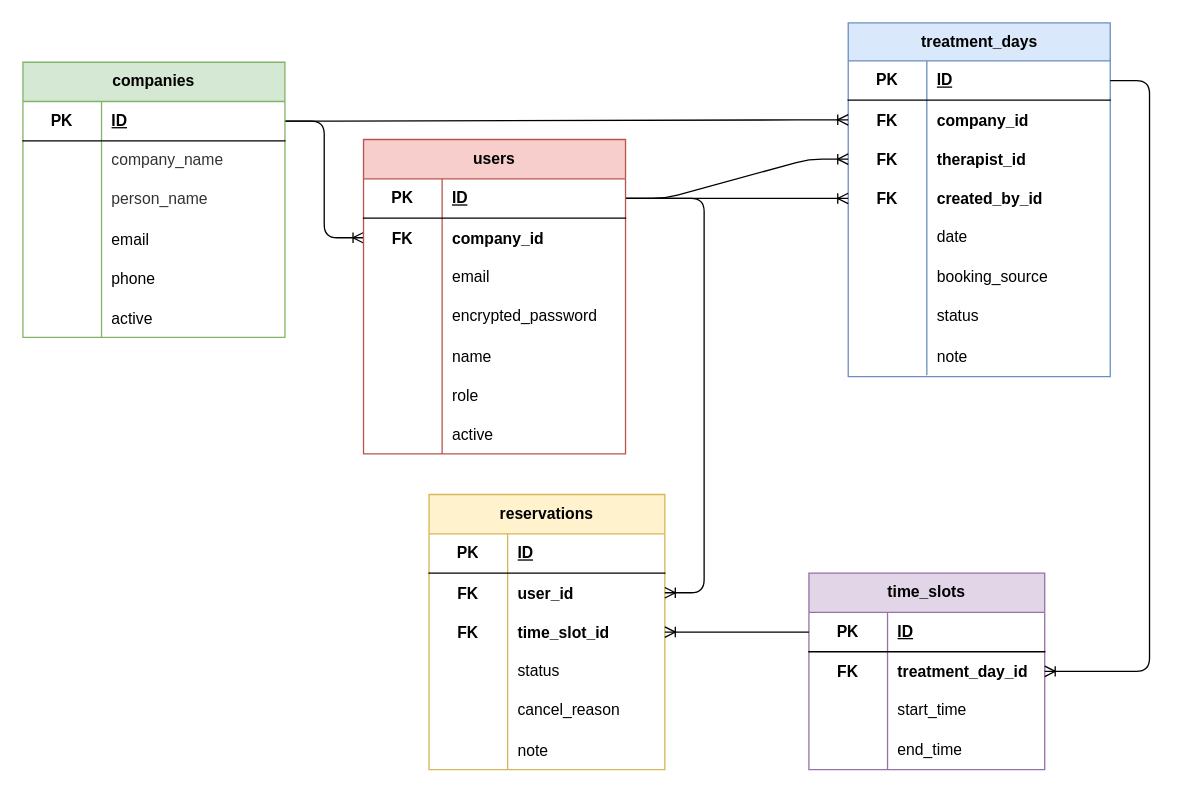
Before: docs/ER.drawio in KaikaiY/my_salon_app, a draw.io diagram. Source tidied: cells renumbered, new cells numbered last; positions are measured from the earlier drawing's top-left corner, leaving out a move shared by most shapes. Both pictures are drawn from the tidied source at 131%, with x=0, y=0 at pixel (22, 22).
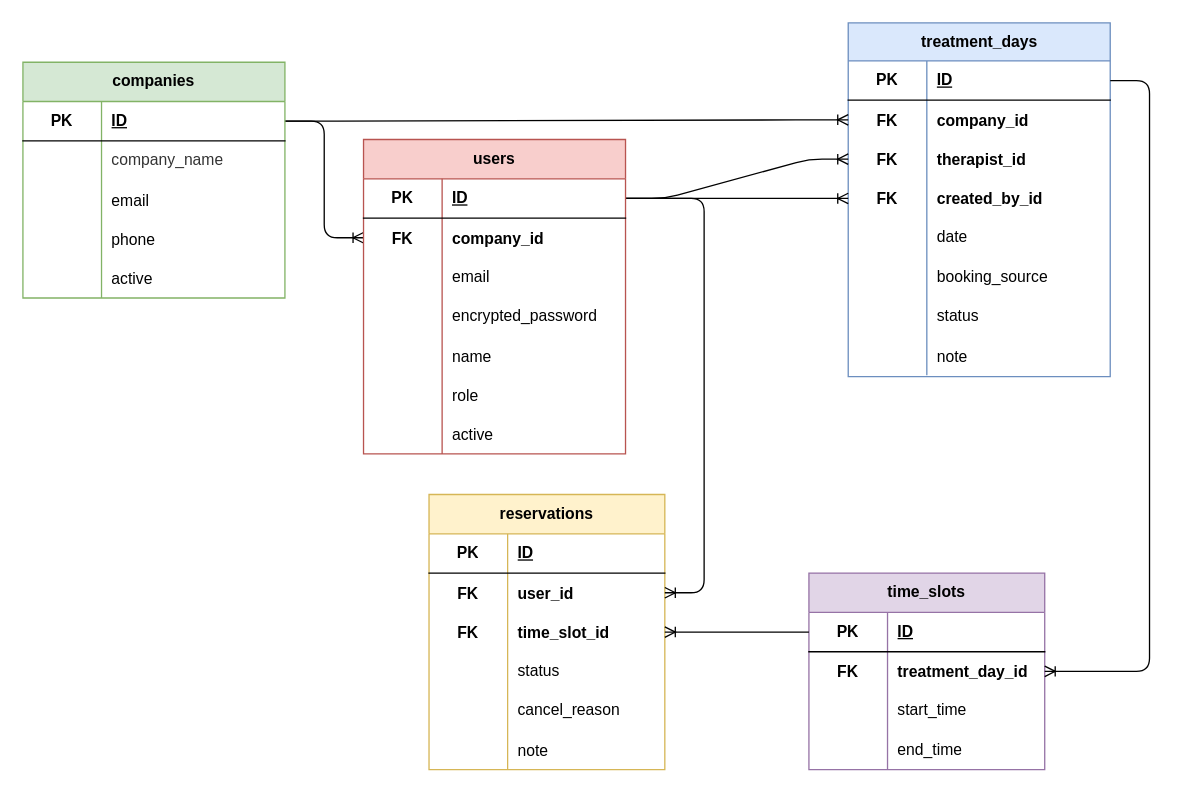
After the change.

Change to the diagram source:
```diff
@@
     <mxCell id="88" value="companies" style="shape=table;startSize=30;childLayout=tableLayout;rowLines=0;fontStyle=1;align=center;html=1;whiteSpace=wrap;fillColor=#d5e8d4;strokeColor=#82b366;" parent="1" vertex="1">
-      <mxGeometry y="30" width="200" height="210" as="geometry" />
+      <mxGeometry y="30" width="200" height="180" as="geometry" />
     </mxCell>
@@
-    <mxCell id="95" style="shape=tableRow;horizontal=0;startSize=0;swimlaneHead=0;swimlaneBody=0;top=0;left=0;right=0;bottom=0;html=1;fillColor=none;" parent="88" vertex="1">
-      <mxGeometry y="90" width="200" height="30" as="geometry" />
-    </mxCell>
-    <mxCell id="96" style="shape=partialRectangle;fillColor=none;top=0;left=0;bottom=0;right=0;overflow=hidden;html=1;whiteSpace=wrap;fontColor=#333333;strokeColor=#666666;" parent="95" vertex="1">
-      <mxGeometry width="60" height="30" as="geometry" />
-    </mxCell>
-    <mxCell id="97" value="person_name" style="shape=partialRectangle;fillColor=none;top=0;left=0;bottom=0;right=0;align=left;spacingLeft=6;overflow=hidden;html=1;whiteSpace=wrap;fontColor=#333333;strokeColor=#666666;" parent="95" vertex="1">
-      <mxGeometry x="60" width="140" height="30" as="geometry" />
-    </mxCell>
     <mxCell id="98" style="shape=tableRow;horizontal=0;startSize=0;swimlaneHead=0;swimlaneBody=0;fillColor=none;top=0;left=0;right=0;bottom=0;" parent="88" vertex="1">
-      <mxGeometry y="120" width="200" height="30" as="geometry" />
+      <mxGeometry y="90" width="200" height="30" as="geometry" />
     </mxCell>
@@
     <mxCell id="101" style="shape=tableRow;horizontal=0;startSize=0;swimlaneHead=0;swimlaneBody=0;fillColor=none;top=0;left=0;right=0;bottom=0;" parent="88" vertex="1">
-      <mxGeometry y="150" width="200" height="30" as="geometry" />
+      <mxGeometry y="120" width="200" height="30" as="geometry" />
     </mxCell>
@@
     <mxCell id="104" style="shape=tableRow;horizontal=0;startSize=0;swimlaneHead=0;swimlaneBody=0;fillColor=none;top=0;left=0;right=0;bottom=0;" parent="88" vertex="1">
-      <mxGeometry y="180" width="200" height="30" as="geometry" />
+      <mxGeometry y="150" width="200" height="30" as="geometry" />
     </mxCell>
```
